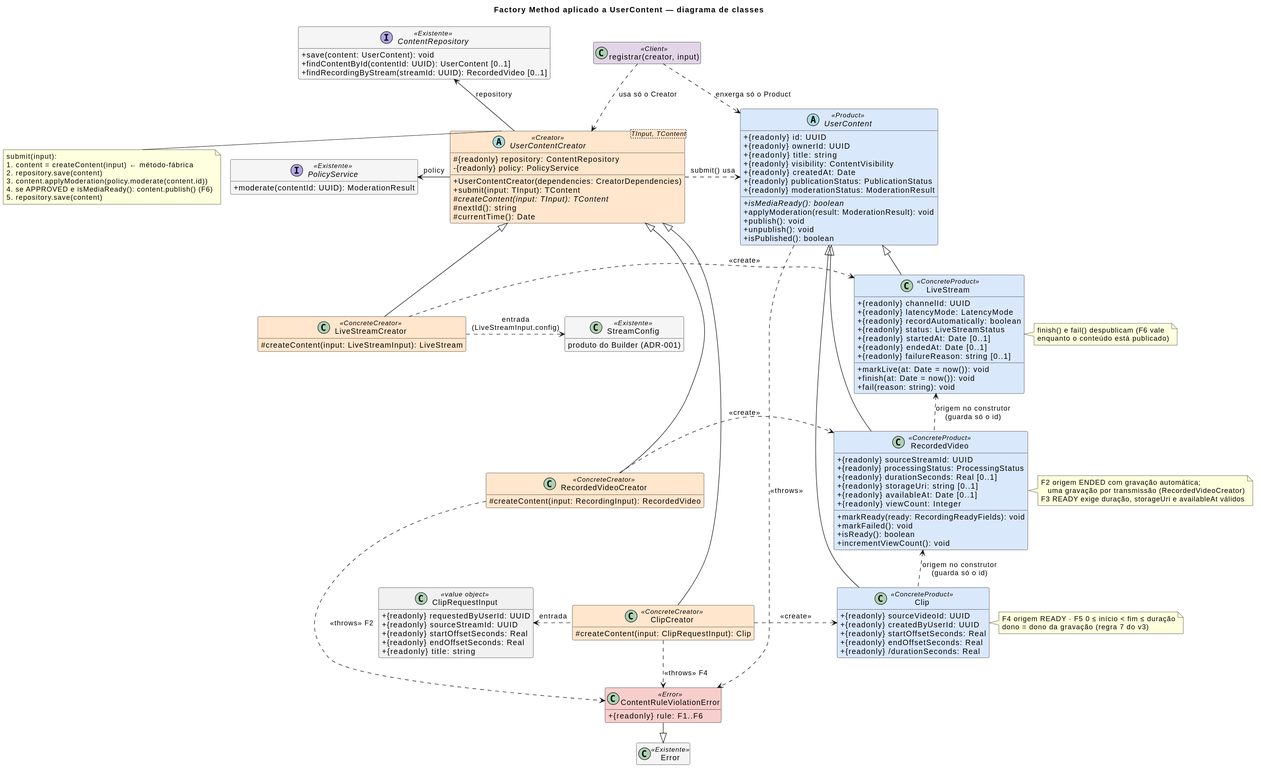
UnBArqDsw2026-2-Turma01/2026.2-T01-_G6_ProjetoStreamingVideo_Entrega_03 keeps this PlantUML diagram as docs/Base/Relatórios/1.1.1.SubEquipe_01/assets/factory-method/factory-method-classes-v1.svg. Above is the earlier version.
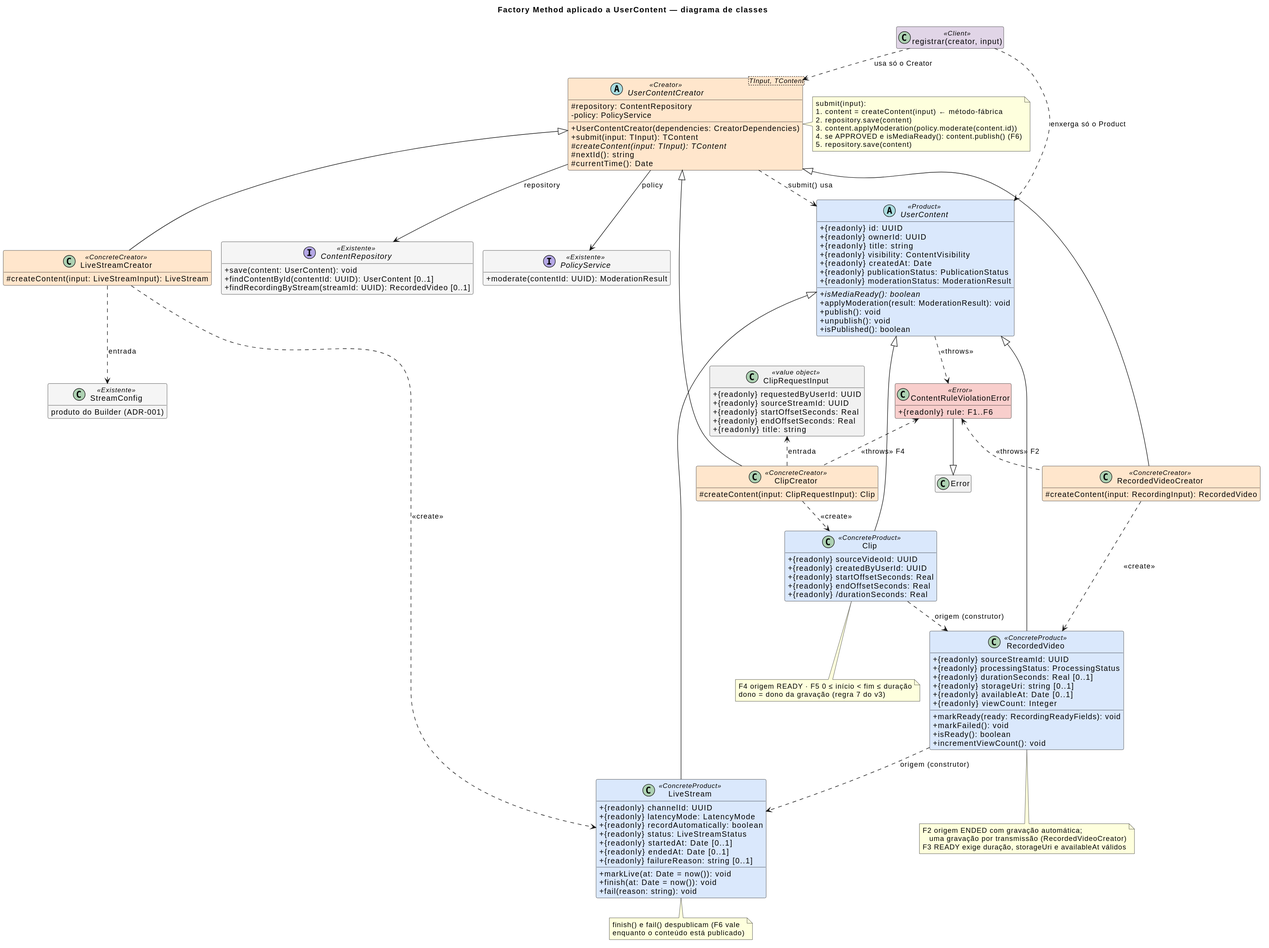
After the change.

Commit message:
docs(subequipe-01): restaurar a organizacao original dos diagramas do factory method

Diff of the diagram source:
```diff
@@ -16,38 +16,14 @@
 }
 hide empty members
 
-class "registrar(creator, input)" as Client <<Client>>
-
-interface ContentRepository <<Existente>> {
-  + save(content: UserContent): void
-  + findContentById(contentId: UUID): UserContent [0..1]
-  + findRecordingByStream(streamId: UUID): RecordedVideo [0..1]
-}
-
-interface PolicyService <<Existente>> {
-  + moderate(contentId: UUID): ModerationResult
-}
-
 abstract class "UserContentCreator<TInput, TContent>" as UserContentCreator <<Creator>> {
-  # {readonly} repository: ContentRepository
-  - {readonly} policy: PolicyService
+  # repository: ContentRepository
+  - policy: PolicyService
   + UserContentCreator(dependencies: CreatorDependencies)
   + submit(input: TInput): TContent
   # {abstract} createContent(input: TInput): TContent
   # nextId(): string
   # currentTime(): Date
-}
-
-class "StreamConfig" as StreamConfig <<Existente>> {
-  produto do Builder (ADR-001)
-}
-
-class ClipRequestInput <<value object>> {
-  + {readonly} requestedByUserId: UUID
-  + {readonly} sourceStreamId: UUID
-  + {readonly} startOffsetSeconds: Real
-  + {readonly} endOffsetSeconds: Real
-  + {readonly} title: string
 }
 
 class LiveStreamCreator <<ConcreteCreator>> {
@@ -58,6 +34,21 @@
 }
 class ClipCreator <<ConcreteCreator>> {
   # createContent(input: ClipRequestInput): Clip
+}
+
+abstract class UserContent <<Product>> {
+  + {readonly} id: UUID
+  + {readonly} ownerId: UUID
+  + {readonly} title: string
+  + {readonly} visibility: ContentVisibility
+  + {readonly} createdAt: Date
+  + {readonly} publicationStatus: PublicationStatus
+  + {readonly} moderationStatus: ModerationResult
+  + {abstract} isMediaReady(): boolean
+  + applyModeration(result: ModerationResult): void
+  + publish(): void
+  + unpublish(): void
+  + isPublished(): boolean
 }
 
 class LiveStream <<ConcreteProduct>> {
@@ -94,62 +85,48 @@
   + {readonly} /durationSeconds: Real
 }
 
-abstract class UserContent <<Product>> {
-  + {readonly} id: UUID
-  + {readonly} ownerId: UUID
-  + {readonly} title: string
-  + {readonly} visibility: ContentVisibility
-  + {readonly} createdAt: Date
-  + {readonly} publicationStatus: PublicationStatus
-  + {readonly} moderationStatus: ModerationResult
-  + {abstract} isMediaReady(): boolean
-  + applyModeration(result: ModerationResult): void
-  + publish(): void
-  + unpublish(): void
-  + isPublished(): boolean
+interface ContentRepository <<Existente>> {
+  + save(content: UserContent): void
+  + findContentById(contentId: UUID): UserContent [0..1]
+  + findRecordingByStream(streamId: UUID): RecordedVideo [0..1]
+}
+
+interface PolicyService <<Existente>> {
+  + moderate(contentId: UUID): ModerationResult
+}
+
+class "StreamConfig" as StreamConfig <<Existente>> {
+  produto do Builder (ADR-001)
 }
 
 class ContentRuleViolationError <<Error>> {
   + {readonly} rule: F1..F6
 }
 
-class Error <<Existente>>
-
-UserContentCreator .right.> UserContent : submit() usa
-Client ..> UserContentCreator : usa só o Creator
-Client ..> UserContent : enxerga só o Product
-UserContentCreator -left-> ContentRepository : repository
-UserContentCreator -left-> PolicyService : policy
-ContentRepository -[hidden]down- PolicyService
+class "registrar(creator, input)" as Client <<Client>>
 
 UserContentCreator <|-- LiveStreamCreator
 UserContentCreator <|-- RecordedVideoCreator
 UserContentCreator <|-- ClipCreator
-LiveStreamCreator -[hidden]down- RecordedVideoCreator
-RecordedVideoCreator -[hidden]down- ClipCreator
 
 UserContent <|-- LiveStream
 UserContent <|-- RecordedVideo
 UserContent <|-- Clip
-LiveStream -[hidden]down- RecordedVideo
-RecordedVideo -[hidden]down- Clip
 
-LiveStreamCreator .right.> LiveStream : <<create>>
-RecordedVideoCreator .right.> RecordedVideo : <<create>>
-ClipCreator .right.> Clip : <<create>>
+LiveStreamCreator ..> LiveStream : <<create>>
+RecordedVideoCreator ..> RecordedVideo : <<create>>
+ClipCreator ..> Clip : <<create>>
+UserContentCreator ..> UserContent : submit() usa
+UserContentCreator --> ContentRepository : repository
+UserContentCreator --> PolicyService : policy
+LiveStreamCreator ..> StreamConfig : entrada
+RecordedVideo ..> LiveStream : origem (construtor)
+Clip ..> RecordedVideo : origem (construtor)
+UserContent ..> ContentRuleViolationError : <<throws>>
+Client ..> UserContentCreator : usa só o Creator
+Client ..> UserContent : enxerga só o Product
 
-StreamConfig <.left. LiveStreamCreator : entrada\n(LiveStreamInput.config)
-ClipCreator .left.> ClipRequestInput : entrada
-
-RecordedVideo .up.> LiveStream : origem no construtor\n(guarda só o id)
-Clip .up.> RecordedVideo : origem no construtor\n(guarda só o id)
-
-UserContent .right.> ContentRuleViolationError : <<throws>>
-RecordedVideoCreator ..> ContentRuleViolationError : <<throws>> F2
-ClipCreator ..> ContentRuleViolationError : <<throws>> F4
-ContentRuleViolationError -down-|> Error
-
-note left of UserContentCreator
+note right of UserContentCreator
   submit(input):
   1. content = createContent(input)  ← método-fábrica
   2. repository.save(content)
@@ -158,19 +135,30 @@
   5. repository.save(content)
 end note
 
-note right of Clip
+note bottom of Clip
   F4 origem READY · F5 0 ≤ início < fim ≤ duração
   dono = dono da gravação (regra 7 do v3)
 end note
 
-note right of RecordedVideo
+note bottom of RecordedVideo
   F2 origem ENDED com gravação automática;
      uma gravação por transmissão (RecordedVideoCreator)
   F3 READY exige duração, storageUri e availableAt válidos
 end note
 
-note right of LiveStream
+note bottom of LiveStream
   finish() e fail() despublicam (F6 vale
   enquanto o conteúdo está publicado)
 end note
+class ClipRequestInput <<value object>> {
+  + {readonly} requestedByUserId: UUID
+  + {readonly} sourceStreamId: UUID
+  + {readonly} startOffsetSeconds: Real
+  + {readonly} endOffsetSeconds: Real
+  + {readonly} title: string
+}
+ClipRequestInput <.. ClipCreator : entrada
+ContentRuleViolationError <.. RecordedVideoCreator : <<throws>> F2
+ContentRuleViolationError <.. ClipCreator : <<throws>> F4
+ContentRuleViolationError --|> Error
 @enduml
```
